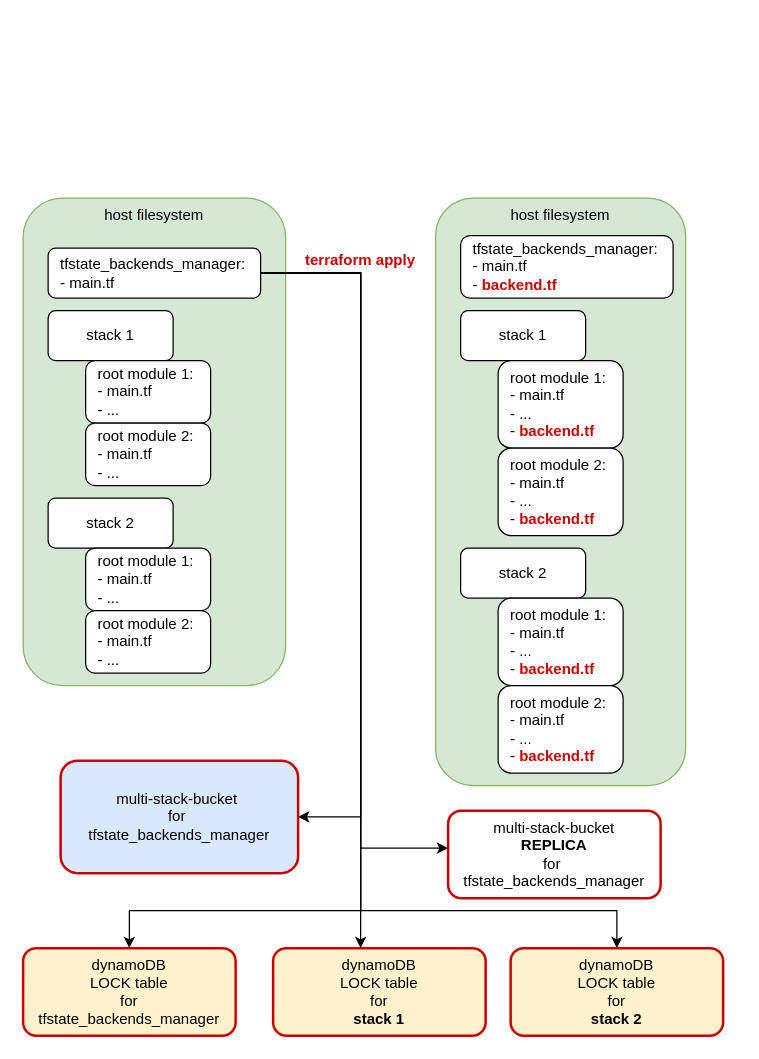
schollii/terraform-aws-multi-stack-backends keeps this draw.io diagram as page "Setup" (1 of 2) of examples/simple/diagrams.drawio. Above is the earlier version. Source tidied: cells renumbered, new cells numbered last; positions are measured from the earlier drawing's top-left corner, leaving out a move shared by most shapes. Both pictures are drawn from the tidied source at 125%, with x=0, y=0 at pixel (22, 198).
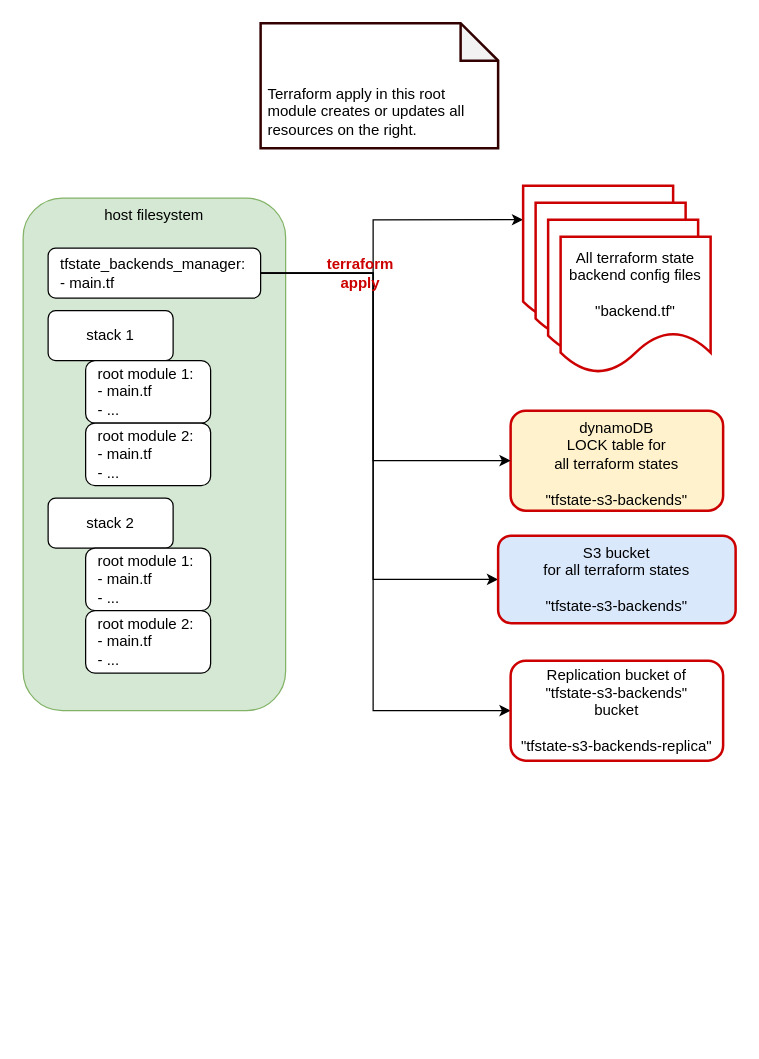
The same page after the edit.

Commit message (it also covers changes not shown here):
Only one dynamodb table needed

Unchanged cells that the change refers to:
```xml
<mxCell id="11" value="tfstate_backends_manager:&#10;- main.tf" style="rounded=1;whiteSpace=wrap;align=left;spacingLeft=8;" parent="1" vertex="1">
  <mxGeometry x="20" y="40" width="170" height="40" as="geometry" />
</mxCell>
```

The edit, as a diff of the source:
```diff
@@
-    <mxCell id="2" value="host filesystem" style="rounded=1;whiteSpace=wrap;html=1;horizontal=1;verticalAlign=top;fillColor=#d5e8d4;strokeColor=#82b366;" parent="1" vertex="1">
-      <mxGeometry x="330" width="200" height="470" as="geometry" />
-    </mxCell>
     <mxCell id="3" value="host filesystem" style="rounded=1;whiteSpace=wrap;html=1;horizontal=1;verticalAlign=top;fillColor=#d5e8d4;strokeColor=#82b366;" parent="1" vertex="1">
-      <mxGeometry width="210" height="390" as="geometry" />
+      <mxGeometry width="210" height="410" as="geometry" />
     </mxCell>
-    <mxCell id="4" value="stack 2" style="rounded=1;whiteSpace=wrap;html=1;" parent="1" vertex="1">
-      <mxGeometry x="20" y="240" width="100" height="40" as="geometry" />
-    </mxCell>
@@
     <mxCell id="7" style="edgeStyle=orthogonalEdgeStyle;rounded=0;jettySize=auto;html=1;" parent="1" edge="1" source="11" target="23">
       <mxGeometry relative="1" as="geometry">
         <Array as="points">
-          <mxPoint x="270" y="60" />
-          <mxPoint x="270" y="495" />
+          <mxPoint x="280" y="60" />
+          <mxPoint x="280" y="305" />
         </Array>
       </mxGeometry>
     </mxCell>
-    <mxCell id="8" style="edgeStyle=orthogonalEdgeStyle;rounded=0;jettySize=auto;html=1;fontColor=#CC0000;entryX=0.5;entryY=0;entryDx=0;entryDy=0;" parent="1" edge="1" source="11" target="28">
-      <mxGeometry relative="1" as="geometry">
-        <Array as="points">
-          <mxPoint x="270" y="60" />
-          <mxPoint x="270" y="570" />
-          <mxPoint x="475" y="570" />
-        </Array>
-      </mxGeometry>
-    </mxCell>
     <mxCell id="9" style="edgeStyle=orthogonalEdgeStyle;rounded=0;jettySize=auto;html=1;fontColor=#CC0000;" parent="1" edge="1" source="11" target="22">
       <mxGeometry relative="1" as="geometry">
         <Array as="points">
-          <mxPoint x="270" y="60" />
-          <mxPoint x="270" y="520" />
+          <mxPoint x="280" y="60" />
+          <mxPoint x="280" y="410" />
         </Array>
       </mxGeometry>
     </mxCell>
-    <mxCell id="10" style="edgeStyle=orthogonalEdgeStyle;rounded=0;jettySize=auto;html=1;fontColor=#CC0000;" parent="1" edge="1" source="11" target="27">
-      <mxGeometry relative="1" as="geometry">
-        <Array as="points">
-          <mxPoint x="270" y="60" />
-        </Array>
-      </mxGeometry>
-    </mxCell>
+    <mxCell id="29" style="edgeStyle=orthogonalEdgeStyle;rounded=0;jettySize=auto;html=1;entryX=0;entryY=0.25;entryDx=0;entryDy=0;" parent="1" edge="1" source="11" target="31">
+      <mxGeometry relative="1" as="geometry">
+        <Array as="points">
+          <mxPoint x="280" y="60" />
+          <mxPoint x="280" y="17" />
+        </Array>
+      </mxGeometry>
+    </mxCell>
@@
-    <mxCell id="13" value="root module 1:&lt;br&gt;- main.tf&lt;br&gt;- ..." style="rounded=1;whiteSpace=wrap;html=1;align=left;spacingLeft=8;" parent="1" vertex="1">
-      <mxGeometry x="50" y="280" width="100" height="50" as="geometry" />
-    </mxCell>
-    <mxCell id="14" value="root module 2:&lt;br&gt;- main.tf&lt;br&gt;- ..." style="rounded=1;whiteSpace=wrap;html=1;align=left;spacingLeft=8;" parent="1" vertex="1">
-      <mxGeometry x="50" y="330" width="100" height="50" as="geometry" />
-    </mxCell>
-    <mxCell id="15" value="stack 2" style="rounded=1;whiteSpace=wrap;html=1;" parent="1" vertex="1">
-      <mxGeometry x="350" y="280" width="100" height="40" as="geometry" />
-    </mxCell>
-    <mxCell id="16" value="stack 1" style="rounded=1;whiteSpace=wrap;html=1;" parent="1" vertex="1">
-      <mxGeometry x="350" y="90" width="100" height="40" as="geometry" />
-    </mxCell>
-    <mxCell id="17" value="root module 1:&lt;br&gt;- main.tf&lt;br&gt;- ...&lt;br&gt;-&amp;nbsp;&lt;b&gt;&lt;font color=&quot;#cc0000&quot;&gt;backend.tf&lt;/font&gt;&lt;/b&gt;" style="rounded=1;whiteSpace=wrap;html=1;align=left;spacingLeft=8;" parent="1" vertex="1">
-      <mxGeometry x="380" y="130" width="100" height="70" as="geometry" />
-    </mxCell>
-    <mxCell id="18" value="tfstate_backends_manager:&lt;br&gt;- main.tf&lt;br&gt;- &lt;b&gt;&lt;font color=&quot;#cc0000&quot;&gt;backend.tf&lt;/font&gt;&lt;/b&gt;" style="rounded=1;whiteSpace=wrap;align=left;spacingLeft=8;html=1;" parent="1" vertex="1">
-      <mxGeometry x="350" y="30" width="170" height="50" as="geometry" />
-    </mxCell>
-    <mxCell id="19" value="root module 2:&lt;br&gt;- main.tf&lt;br&gt;- ...&lt;br&gt;-&amp;nbsp;&lt;b&gt;&lt;font color=&quot;#cc0000&quot;&gt;backend.tf&lt;/font&gt;&lt;/b&gt;" style="rounded=1;whiteSpace=wrap;html=1;align=left;spacingLeft=8;" parent="1" vertex="1">
-      <mxGeometry x="380" y="200" width="100" height="70" as="geometry" />
-    </mxCell>
-    <mxCell id="20" value="terraform apply" style="text;html=1;strokeColor=none;fillColor=none;align=center;verticalAlign=middle;whiteSpace=wrap;rounded=0;fontStyle=1;fontColor=#CC0000;" parent="1" vertex="1">
-      <mxGeometry x="220" y="40" width="100" height="20" as="geometry" />
-    </mxCell>
-    <mxCell id="21" value="dynamoDB &lt;br&gt;LOCK table &lt;br&gt;for &lt;br&gt;&lt;span style=&quot;text-align: left&quot;&gt;tfstate_backends_manager&lt;/span&gt;" style="rounded=1;whiteSpace=wrap;html=1;horizontal=1;verticalAlign=top;strokeWidth=2;fillColor=#fff2cc;strokeColor=#CC0000;" parent="1" vertex="1">
-      <mxGeometry y="600" width="170" height="70" as="geometry" />
+    <mxCell id="21" value="dynamoDB &lt;br&gt;LOCK table for &lt;br&gt;&lt;span style=&quot;text-align: left&quot;&gt;all terraform states&lt;br&gt;&lt;br&gt;&quot;&lt;/span&gt;tfstate-s3-backends&quot;&lt;span style=&quot;text-align: left&quot;&gt;&lt;br&gt;&lt;/span&gt;" style="rounded=1;whiteSpace=wrap;html=1;horizontal=1;verticalAlign=top;strokeWidth=2;fillColor=#fff2cc;strokeColor=#CC0000;" parent="1" vertex="1">
+      <mxGeometry x="390" y="170" width="170" height="80" as="geometry" />
     </mxCell>
-    <mxCell id="22" value="multi-stack-bucket &lt;br&gt;&lt;b&gt;REPLICA&lt;/b&gt; &lt;br&gt;for&amp;nbsp;&lt;br&gt;&lt;span style=&quot;text-align: left&quot;&gt;tfstate_backends_manager&lt;/span&gt;" style="rounded=1;whiteSpace=wrap;html=1;horizontal=1;verticalAlign=middle;strokeColor=#CC0000;strokeWidth=2;" parent="1" vertex="1">
-      <mxGeometry x="340" y="490" width="170" height="70" as="geometry" />
+    <mxCell id="22" value="Replication bucket of &lt;br&gt;&quot;tfstate-s3-backends&quot; &lt;br&gt;bucket&lt;br&gt;&lt;br&gt;&quot;tfstate-s3-backends-replica&quot;" style="rounded=1;whiteSpace=wrap;html=1;horizontal=1;verticalAlign=middle;strokeColor=#CC0000;strokeWidth=2;" parent="1" vertex="1">
+      <mxGeometry x="390" y="370" width="170" height="80" as="geometry" />
     </mxCell>
-    <mxCell id="23" value="multi-stack-bucket&amp;nbsp;&lt;br&gt;for&amp;nbsp;&lt;br&gt;&lt;span style=&quot;text-align: left&quot;&gt;tfstate_backends_manager&lt;/span&gt;" style="rounded=1;whiteSpace=wrap;html=1;horizontal=1;verticalAlign=middle;fillColor=#dae8fc;strokeColor=#CC0000;strokeWidth=2;" parent="1" vertex="1">
-      <mxGeometry x="30" y="450" width="190" height="90" as="geometry" />
+    <mxCell id="23" value="S3 bucket &lt;br&gt;for all terraform states&lt;br&gt;&lt;br&gt;&quot;tfstate-s3-backends&quot;" style="rounded=1;whiteSpace=wrap;html=1;horizontal=1;verticalAlign=middle;fillColor=#dae8fc;strokeColor=#CC0000;strokeWidth=2;" parent="1" vertex="1">
+      <mxGeometry x="380" y="270" width="190" height="70" as="geometry" />
     </mxCell>
-    <mxCell id="24" value="root module 1:&lt;br&gt;- main.tf&lt;br&gt;- ...&lt;br&gt;-&amp;nbsp;&lt;b&gt;&lt;font color=&quot;#cc0000&quot;&gt;backend.tf&lt;/font&gt;&lt;/b&gt;" style="rounded=1;whiteSpace=wrap;html=1;align=left;spacingLeft=8;" parent="1" vertex="1">
-      <mxGeometry x="380" y="320" width="100" height="70" as="geometry" />
-    </mxCell>
-    <mxCell id="25" value="root module 2:&lt;br&gt;- main.tf&lt;br&gt;- ...&lt;br&gt;-&amp;nbsp;&lt;b&gt;&lt;font color=&quot;#cc0000&quot;&gt;backend.tf&lt;/font&gt;&lt;/b&gt;" style="rounded=1;whiteSpace=wrap;html=1;align=left;spacingLeft=8;" parent="1" vertex="1">
-      <mxGeometry x="380" y="390" width="100" height="70" as="geometry" />
-    </mxCell>
     <mxCell id="26" style="edgeStyle=orthogonalEdgeStyle;rounded=0;jettySize=auto;html=1;fontColor=#CC0000;exitX=1;exitY=0.5;exitDx=0;exitDy=0;" parent="1" edge="1" source="11" target="21">
       <mxGeometry relative="1" as="geometry">
         <Array as="points">
-          <mxPoint x="270" y="60" />
-          <mxPoint x="270" y="570" />
-          <mxPoint x="85" y="570" />
+          <mxPoint x="280" y="60" />
+          <mxPoint x="280" y="210" />
         </Array>
       </mxGeometry>
     </mxCell>
-    <mxCell id="27" value="dynamoDB &lt;br&gt;LOCK table &lt;br&gt;for &lt;br&gt;&lt;span style=&quot;text-align: left&quot;&gt;&lt;b&gt;stack 1&lt;/b&gt;&lt;/span&gt;" style="rounded=1;whiteSpace=wrap;html=1;horizontal=1;verticalAlign=top;strokeWidth=2;fillColor=#fff2cc;strokeColor=#CC0000;" parent="1" vertex="1">
-      <mxGeometry x="200" y="600" width="170" height="70" as="geometry" />
-    </mxCell>
-    <mxCell id="28" value="dynamoDB &lt;br&gt;LOCK table &lt;br&gt;for &lt;br&gt;&lt;span style=&quot;text-align: left&quot;&gt;&lt;b&gt;stack 2&lt;/b&gt;&lt;/span&gt;" style="rounded=1;whiteSpace=wrap;html=1;horizontal=1;verticalAlign=top;strokeWidth=2;fillColor=#fff2cc;strokeColor=#CC0000;" parent="1" vertex="1">
-      <mxGeometry x="390" y="600" width="170" height="70" as="geometry" />
-    </mxCell>
+    <mxCell id="30" style="group;" parent="1" vertex="1">
+      <mxGeometry x="400" y="-10" width="150" height="150" as="geometry" />
+    </mxCell>
+    <mxCell id="31" style="shape=document;whiteSpace=wrap;html=1;boundedLbl=1;strokeColor=#CC0000;strokeWidth=2;" parent="30" vertex="1">
+      <mxGeometry width="120" height="109.1" as="geometry" />
+    </mxCell>
+    <mxCell id="32" style="shape=document;whiteSpace=wrap;html=1;boundedLbl=1;strokeColor=#CC0000;strokeWidth=2;" parent="30" vertex="1">
+      <mxGeometry x="10" y="13.6" width="120" height="109.1" as="geometry" />
+    </mxCell>
+    <mxCell id="33" style="shape=document;whiteSpace=wrap;html=1;boundedLbl=1;strokeColor=#CC0000;strokeWidth=2;" parent="30" vertex="1">
+      <mxGeometry x="20" y="27.3" width="120" height="109.1" as="geometry" />
+    </mxCell>
+    <mxCell id="34" value="All terraform state backend config files&lt;br&gt;&lt;br&gt;&quot;backend.tf&quot;" style="shape=document;whiteSpace=wrap;html=1;boundedLbl=1;strokeColor=#CC0000;strokeWidth=2;" parent="30" vertex="1">
+      <mxGeometry x="30" y="40.9" width="120" height="109.1" as="geometry" />
+    </mxCell>
+    <mxCell id="20" value="terraform &lt;br&gt;apply" style="text;html=1;strokeColor=none;fillColor=none;align=center;verticalAlign=middle;whiteSpace=wrap;rounded=0;fontStyle=1;fontColor=#CC0000;" parent="1" vertex="1">
+      <mxGeometry x="220" y="50" width="100" height="20" as="geometry" />
+    </mxCell>
+    <mxCell id="35" value="Terraform apply in this root module creates or updates all resources on the right." style="shape=note;whiteSpace=wrap;html=1;backgroundOutline=1;darkOpacity=0.05;strokeColor=#330000;strokeWidth=2;align=left;spacingLeft=4;verticalAlign=bottom;spacingBottom=5;" parent="1" vertex="1">
+      <mxGeometry x="190" y="-140" width="190" height="100" as="geometry" />
+    </mxCell>
+    <mxCell id="36" value="stack 2" style="rounded=1;whiteSpace=wrap;html=1;" parent="1" vertex="1">
+      <mxGeometry x="20" y="240" width="100" height="40" as="geometry" />
+    </mxCell>
+    <mxCell id="13" value="root module 1:&lt;br&gt;- main.tf&lt;br&gt;- ..." style="rounded=1;whiteSpace=wrap;html=1;align=left;spacingLeft=8;" parent="1" vertex="1">
+      <mxGeometry x="50" y="280" width="100" height="50" as="geometry" />
+    </mxCell>
+    <mxCell id="14" value="root module 2:&lt;br&gt;- main.tf&lt;br&gt;- ..." style="rounded=1;whiteSpace=wrap;html=1;align=left;spacingLeft=8;" parent="1" vertex="1">
+      <mxGeometry x="50" y="330" width="100" height="50" as="geometry" />
+    </mxCell>
```
